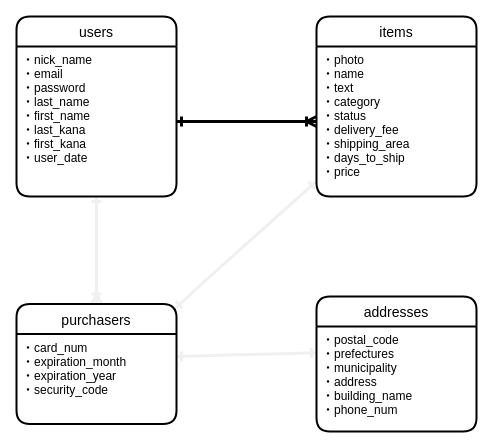
yoppedayo8545/furima-34790 keeps this draw.io diagram as .dio. Above is the earlier version. Source tidied: cells renumbered, new cells numbered last; positions are measured from the earlier drawing's top-left corner, leaving out a move shared by most shapes. Both pictures are drawn from the tidied source at 100%, with x=0, y=0 at pixel (16, 16).
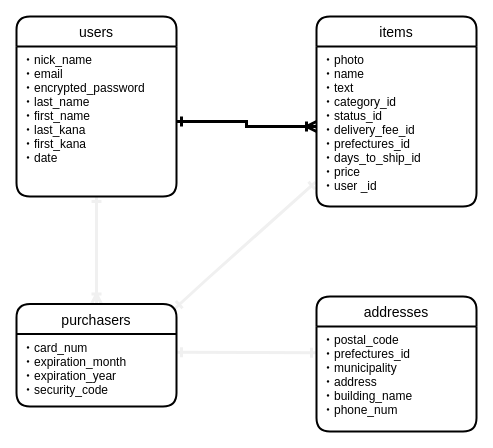
The same page after the edit.

Commit message (it also covers changes not shown here):
データベース設計(修正)

Diff of the diagram source:
```diff
@@
 <mxGraphModel>
   <root>
     <mxCell id="0" />
     <mxCell id="1" parent="0" />
     <mxCell id="2" style="edgeStyle=none;rounded=0;jettySize=auto;html=1;entryX=0.5;entryY=0;entryDx=0;entryDy=0;startArrow=ERone;startFill=0;endArrow=ERoneToMany;endFill=0;strokeColor=#f0f0f0;strokeWidth=3;" parent="1" edge="1" source="3" target="10">
       <mxGeometry relative="1" as="geometry" />
     </mxCell>
     <mxCell id="3" value="users" style="swimlane;horizontal=1;startSize=30;rounded=1;fontSize=14;fontStyle=0;strokeWidth=2;shadow=0;dashed=0;align=center;" parent="1" vertex="1">
       <mxGeometry width="160" height="180" as="geometry" />
     </mxCell>
-    <mxCell id="4" value="・nick_name&#10;・email&#10;・password&#10;・last_name&#10;・first_name&#10;・last_kana&#10;・first_kana&#10;・user_date" style="align=left;strokeColor=none;fillColor=none;spacingLeft=4;fontSize=12;verticalAlign=top;" parent="3" vertex="1">
+    <mxCell id="4" value="・nick_name&#10;・email&#10;・encrypted_password&#10;・last_name&#10;・first_name&#10;・last_kana&#10;・first_kana&#10;・date" style="align=left;strokeColor=none;fillColor=none;spacingLeft=4;fontSize=12;verticalAlign=top;" parent="3" vertex="1">
       <mxGeometry y="30" width="160" height="150" as="geometry" />
     </mxCell>
     <mxCell id="5" style="edgeStyle=none;rounded=0;orthogonalLoop=1;jettySize=auto;html=1;entryX=1;entryY=0;entryDx=0;entryDy=0;startArrow=ERone;startFill=0;endArrow=ERone;endFill=0;strokeColor=#f0f0f0;strokeWidth=3;" parent="1" edge="1">
       <mxGeometry relative="1" as="geometry">
         <mxPoint x="299" y="165.6" as="sourcePoint" />
         <mxPoint x="159" y="291.5" as="targetPoint" />
         <Array as="points">
           <mxPoint x="189" y="264" />
         </Array>
       </mxGeometry>
     </mxCell>
     <mxCell id="6" value="items" style="swimlane;horizontal=1;startSize=30;rounded=1;fontSize=14;fontStyle=0;strokeWidth=2;shadow=0;dashed=0;align=center;" parent="1" vertex="1">
-      <mxGeometry x="300" width="160" height="180" as="geometry" />
+      <mxGeometry x="300" width="160" height="190" as="geometry" />
     </mxCell>
-    <mxCell id="7" value="・photo&#10;・name&#10;・text&#10;・category&#10;・status&#10;・delivery_fee&#10;・shipping_area&#10;・days_to_ship&#10;・price" style="align=left;strokeColor=none;fillColor=none;spacingLeft=4;fontSize=12;verticalAlign=top;" parent="6" vertex="1">
-      <mxGeometry y="30" width="160" height="150" as="geometry" />
+    <mxCell id="7" value="・photo&#10;・name&#10;・text&#10;・category_id&#10;・status_id&#10;・delivery_fee_id&#10;・prefectures_id&#10;・days_to_ship_id&#10;・price&#10;・user _id" style="align=left;strokeColor=none;fillColor=none;spacingLeft=4;fontSize=12;verticalAlign=top;" parent="6" vertex="1">
+      <mxGeometry y="30" width="160" height="160" as="geometry" />
     </mxCell>
     <mxCell id="8" style="edgeStyle=orthogonalEdgeStyle;rounded=0;jettySize=auto;html=1;entryX=0;entryY=0.5;entryDx=0;entryDy=0;startArrow=ERone;startFill=0;endArrow=ERoneToMany;endFill=0;strokeWidth=3;" parent="1" edge="1" source="4" target="7">
       <mxGeometry relative="1" as="geometry" />
     </mxCell>
     <mxCell id="9" style="rounded=0;jettySize=auto;html=1;startArrow=ERone;startFill=0;endArrow=ERone;endFill=0;strokeColor=#f0f0f0;strokeWidth=3;entryX=0;entryY=0.25;entryDx=0;entryDy=0;exitX=1;exitY=0.25;exitDx=0;exitDy=0;" parent="1" edge="1" source="11" target="13">
       <mxGeometry relative="1" as="geometry" />
     </mxCell>
     <mxCell id="10" value="purchasers" style="swimlane;horizontal=1;startSize=30;rounded=1;fontSize=14;fontStyle=0;strokeWidth=2;shadow=0;dashed=0;align=center;" parent="1" vertex="1">
-      <mxGeometry y="287.5" width="160" height="120" as="geometry" />
+      <mxGeometry y="287.5" width="160" height="102.5" as="geometry" />
     </mxCell>
     <mxCell id="11" value="・card_num&#10;・expiration_month&#10;・expiration_year&#10;・security_code&#10;" style="align=left;strokeColor=none;fillColor=none;spacingLeft=4;fontSize=12;verticalAlign=top;" parent="10" vertex="1">
-      <mxGeometry y="30" width="160" height="90" as="geometry" />
+      <mxGeometry y="30" width="160" height="72.5" as="geometry" />
     </mxCell>
     <mxCell id="12" value="addresses" style="swimlane;horizontal=1;startSize=30;rounded=1;fontSize=14;fontStyle=0;strokeWidth=2;shadow=0;dashed=0;align=center;" parent="1" vertex="1">
       <mxGeometry x="300" y="280" width="160" height="135" as="geometry" />
     </mxCell>
-    <mxCell id="13" value="・postal_code&#10;・prefectures&#10;・municipality&#10;・address&#10;・building_name&#10;・phone_num" style="align=left;strokeColor=none;fillColor=none;spacingLeft=4;fontSize=12;verticalAlign=top;" parent="12" vertex="1">
+    <mxCell id="13" value="・postal_code&#10;・prefectures_id&#10;・municipality&#10;・address&#10;・building_name&#10;・phone_num" style="align=left;strokeColor=none;fillColor=none;spacingLeft=4;fontSize=12;verticalAlign=top;" parent="12" vertex="1">
       <mxGeometry y="30" width="160" height="105" as="geometry" />
     </mxCell>
   </root>
 </mxGraphModel>
```
